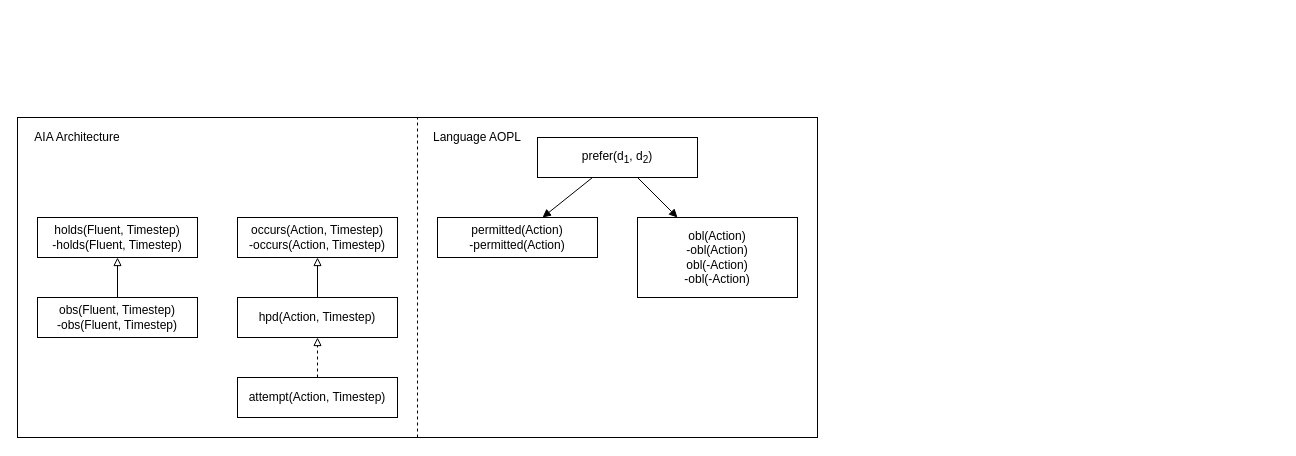
Entze/APIA keeps this draw.io diagram as Figures/APIA_Architecture/Predicate_Names.drawio. Above is the earlier version. Source tidied: cells renumbered, new cells numbered last; positions are measured from the earlier drawing's top-left corner, leaving out a move shared by most shapes. Both pictures are drawn from the tidied source at 100%, with x=0, y=0 at pixel (17, 117).
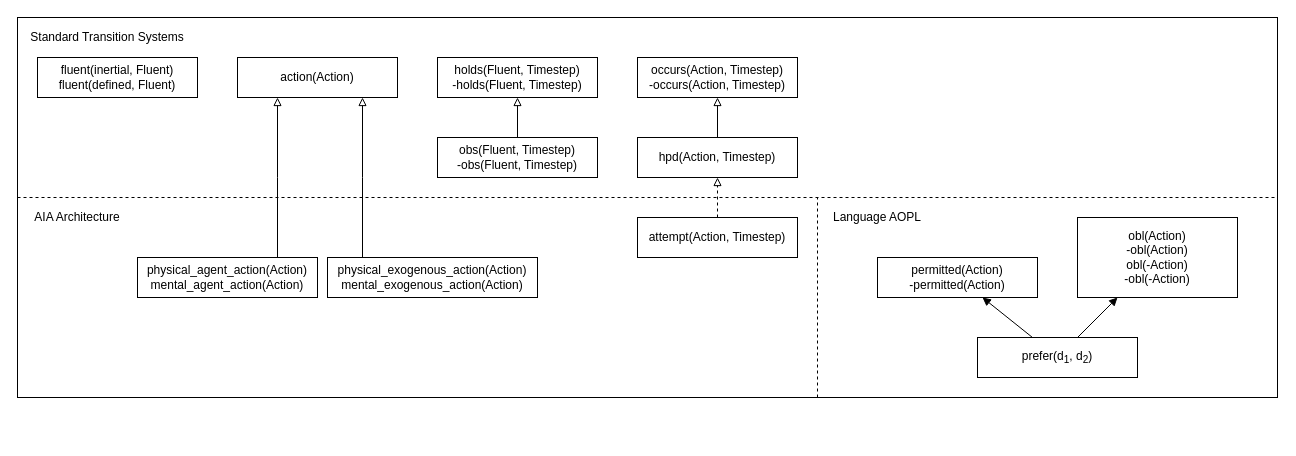
The same diagram, later.

Diff of the diagram source:
```diff
@@
+    <mxCell id="15" style="rounded=0;whiteSpace=wrap;html=1;fillColor=none;" parent="1" vertex="1">
+      <mxGeometry y="-100" width="1260" height="380" as="geometry" />
+    </mxCell>
     <mxCell id="2" value="&lt;div&gt;occurs(Action, Timestep)&lt;/div&gt;&lt;div&gt;-occurs(Action, Timestep)&lt;/div&gt;" style="rounded=0;whiteSpace=wrap;html=1;" parent="1" vertex="1">
-      <mxGeometry x="220" y="100" width="160" height="40" as="geometry" />
+      <mxGeometry x="620" y="-60" width="160" height="40" as="geometry" />
     </mxCell>
     <mxCell id="3" value="&lt;div&gt;holds(Fluent, Timestep)&lt;/div&gt;&lt;div&gt;-holds(Fluent, Timestep)&lt;/div&gt;" style="rounded=0;whiteSpace=wrap;html=1;" parent="1" vertex="1">
-      <mxGeometry x="20" y="100" width="160" height="40" as="geometry" />
+      <mxGeometry x="420" y="-60" width="160" height="40" as="geometry" />
     </mxCell>
     <mxCell id="4" value="&lt;div&gt;obs(Fluent, Timestep)&lt;/div&gt;&lt;div&gt;-obs(Fluent, Timestep)&lt;/div&gt;" style="rounded=0;whiteSpace=wrap;html=1;" parent="1" vertex="1">
-      <mxGeometry x="20" y="180" width="160" height="40" as="geometry" />
+      <mxGeometry x="420" y="20" width="160" height="40" as="geometry" />
     </mxCell>
     <mxCell id="5" value="hpd(Action, Timestep)" style="rounded=0;whiteSpace=wrap;html=1;" parent="1" vertex="1">
-      <mxGeometry x="220" y="180" width="160" height="40" as="geometry" />
+      <mxGeometry x="620" y="20" width="160" height="40" as="geometry" />
     </mxCell>
@@
     <mxCell id="8" value="attempt(Action, Timestep)" style="rounded=0;whiteSpace=wrap;html=1;" parent="1" vertex="1">
-      <mxGeometry x="220" y="260" width="160" height="40" as="geometry" />
+      <mxGeometry x="620" y="100" width="160" height="40" as="geometry" />
     </mxCell>
@@
     <mxCell id="11" value="&lt;div&gt;permitted(Action)&lt;/div&gt;&lt;div&gt;-permitted(Action)&lt;/div&gt;" style="rounded=0;whiteSpace=wrap;html=1;" parent="1" vertex="1">
-      <mxGeometry x="420" y="100" width="160" height="40" as="geometry" />
+      <mxGeometry x="860" y="140" width="160" height="40" as="geometry" />
     </mxCell>
     <mxCell id="12" value="&lt;div&gt;obl(Action)&lt;/div&gt;&lt;div&gt;-obl(Action)&lt;/div&gt;&lt;div&gt;obl(-Action)&lt;/div&gt;&lt;div&gt;-obl(-Action)&lt;/div&gt;" style="rounded=0;whiteSpace=wrap;html=1;" parent="1" vertex="1">
-      <mxGeometry x="620" y="100" width="160" height="80" as="geometry" />
+      <mxGeometry x="1060" y="100" width="160" height="80" as="geometry" />
     </mxCell>
     <mxCell id="13" value="prefer(d&lt;sub&gt;1&lt;/sub&gt;, d&lt;sub&gt;2&lt;/sub&gt;)" style="rounded=0;whiteSpace=wrap;html=1;" parent="1" vertex="1">
-      <mxGeometry x="520" y="20" width="160" height="40" as="geometry" />
+      <mxGeometry x="960" y="220" width="160" height="40" as="geometry" />
     </mxCell>
@@
-    <mxCell id="15" style="rounded=0;whiteSpace=wrap;html=1;fillColor=none;" parent="1" vertex="1">
-      <mxGeometry width="800" height="320" as="geometry" />
-    </mxCell>
-    <mxCell id="16" style="endArrow=none;dashed=1;html=1;entryX=0.5;entryY=0;entryDx=0;entryDy=0;exitX=0.5;exitY=1;exitDx=0;exitDy=0;" parent="1" edge="1" source="15" target="15">
-      <mxGeometry relative="1" as="geometry" />
+    <mxCell id="16" style="endArrow=none;dashed=1;html=1;" parent="1" edge="1">
+      <mxGeometry relative="1" as="geometry">
+        <mxPoint x="800" y="280" as="sourcePoint" />
+        <mxPoint x="800" y="80" as="targetPoint" />
+      </mxGeometry>
     </mxCell>
     <mxCell id="17" value="AIA Architecture" style="text;html=1;strokeColor=none;fillColor=none;align=center;verticalAlign=middle;whiteSpace=wrap;rounded=0;" parent="1" vertex="1">
-      <mxGeometry x="10" y="10" width="100" height="20" as="geometry" />
+      <mxGeometry x="10" y="90" width="100" height="20" as="geometry" />
     </mxCell>
     <mxCell id="18" value="Language AOPL" style="text;html=1;strokeColor=none;fillColor=none;align=center;verticalAlign=middle;whiteSpace=wrap;rounded=0;" parent="1" vertex="1">
-      <mxGeometry x="410" y="10" width="100" height="20" as="geometry" />
+      <mxGeometry x="810" y="90" width="100" height="20" as="geometry" />
     </mxCell>
+    <mxCell id="19" style="endArrow=none;dashed=1;html=1;" parent="1" edge="1">
+      <mxGeometry relative="1" as="geometry">
+        <mxPoint y="80" as="sourcePoint" />
+        <mxPoint x="1260" y="80" as="targetPoint" />
+      </mxGeometry>
+    </mxCell>
+    <mxCell id="20" value="&lt;div&gt;fluent(inertial, Fluent)&lt;/div&gt;&lt;div&gt;fluent(defined, Fluent)&lt;br&gt;&lt;/div&gt;" style="rounded=0;whiteSpace=wrap;html=1;" parent="1" vertex="1">
+      <mxGeometry x="20" y="-60" width="160" height="40" as="geometry" />
+    </mxCell>
+    <mxCell id="21" style="edgeStyle=elbowEdgeStyle;rounded=0;jettySize=auto;html=1;endArrow=block;endFill=0;" parent="1" edge="1" source="22" target="25">
+      <mxGeometry relative="1" as="geometry" />
+    </mxCell>
+    <mxCell id="22" value="&lt;div&gt;physical_agent_action(Action)&lt;/div&gt;&lt;div&gt;mental_agent_action(Action)&lt;br&gt;&lt;/div&gt;" style="rounded=0;whiteSpace=wrap;html=1;" parent="1" vertex="1">
+      <mxGeometry x="120" y="140" width="180" height="40" as="geometry" />
+    </mxCell>
+    <mxCell id="23" style="edgeStyle=elbowEdgeStyle;rounded=0;jettySize=auto;html=1;endArrow=block;endFill=0;" parent="1" edge="1" source="24" target="25">
+      <mxGeometry relative="1" as="geometry" />
+    </mxCell>
+    <mxCell id="24" value="&lt;div&gt;physical_exogenous_action(Action)&lt;/div&gt;&lt;div&gt;mental_exogenous_action(Action)&lt;br&gt;&lt;/div&gt;" style="rounded=0;whiteSpace=wrap;html=1;" parent="1" vertex="1">
+      <mxGeometry x="310" y="140" width="210" height="40" as="geometry" />
+    </mxCell>
+    <mxCell id="25" value="action(Action)" style="rounded=0;whiteSpace=wrap;html=1;" parent="1" vertex="1">
+      <mxGeometry x="220" y="-60" width="160" height="40" as="geometry" />
+    </mxCell>
+    <mxCell id="26" value="Standard Transition Systems" style="text;html=1;strokeColor=none;fillColor=none;align=center;verticalAlign=middle;whiteSpace=wrap;rounded=0;" parent="1" vertex="1">
+      <mxGeometry x="10" y="-90" width="160" height="20" as="geometry" />
+    </mxCell>
```
